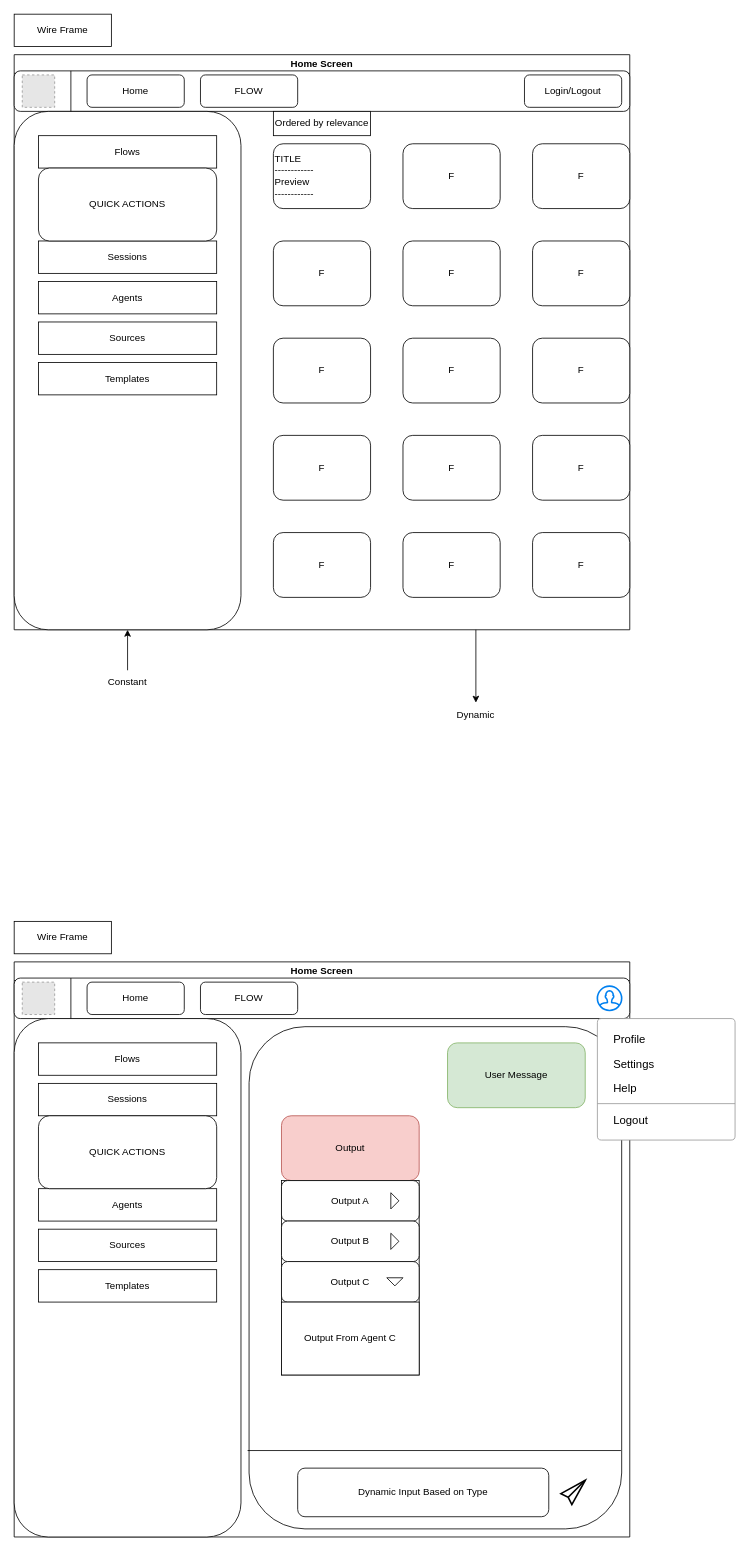
This is page "Page-2" (1 of 2) of docs/wireframes/home_page.drawio from StephenBaione/juni-poc-backend, a draw.io file, before an edit. Source tidied: cells renumbered, new cells numbered last; positions are measured from the earlier drawing's top-left corner, leaving out a move shared by most shapes. Both pictures are drawn from the tidied source at 81%, with x=0, y=0 at pixel (14, 14). Pictures stored in the file or linked from it are replaced by grey dashed boxes.
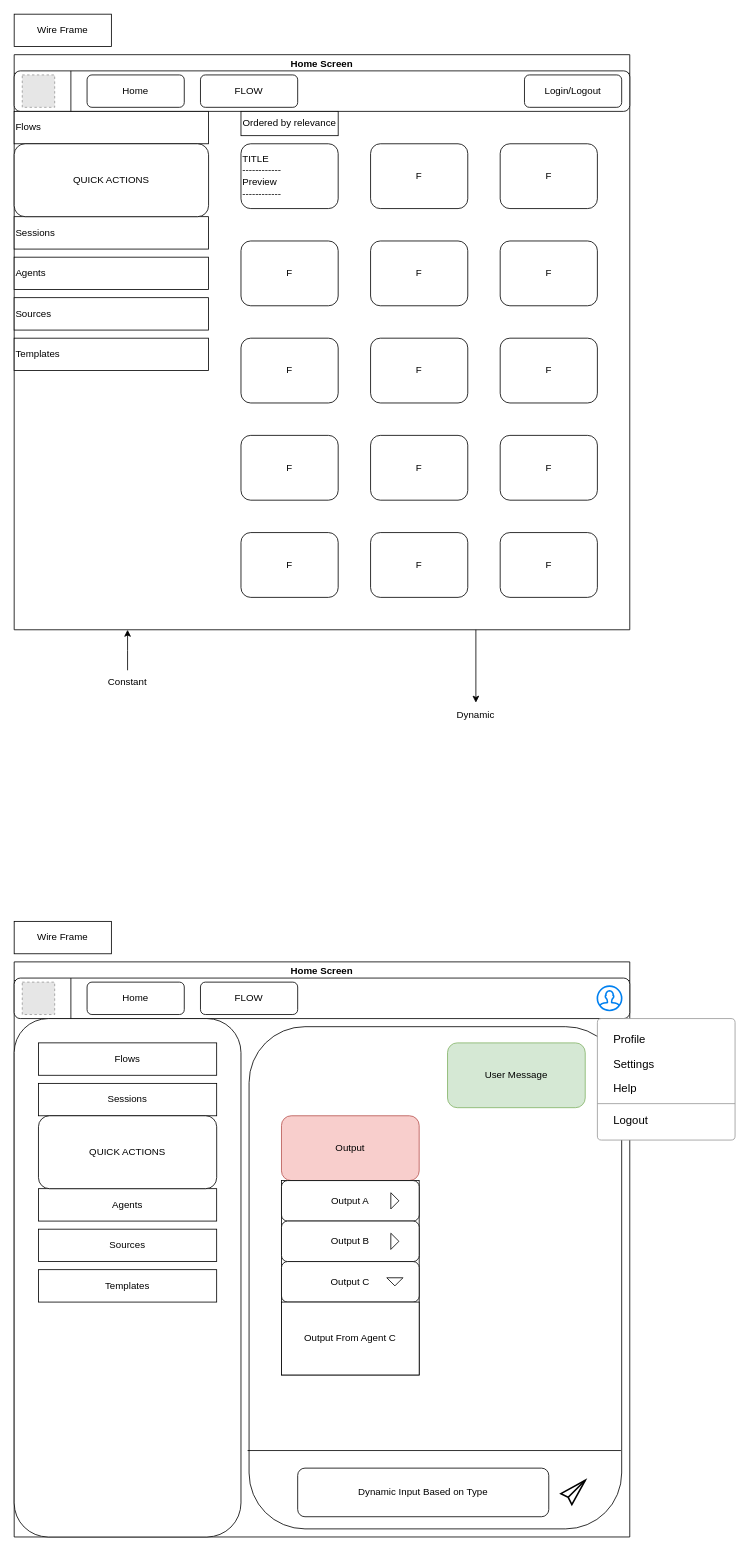
The same page after the edit.

Unchanged cells that the change refers to:
```xml
<mxCell id="4" value="Home Screen" style="swimlane;whiteSpace=wrap;html=1;" parent="1" vertex="1">
  <mxGeometry y="50" width="760" height="710" as="geometry" />
</mxCell>
<mxCell id="63" value="Constant" style="text;html=1;strokeColor=none;fillColor=none;align=center;verticalAlign=middle;whiteSpace=wrap;rounded=0;" parent="1" vertex="1">
  <mxGeometry x="110" y="810" width="60" height="30" as="geometry" />
</mxCell>
```

The edit, as a diff of the source:
```diff
@@
-    <mxCell id="10" style="rounded=1;whiteSpace=wrap;html=1;" parent="4" vertex="1">
-      <mxGeometry y="70" width="280" height="640" as="geometry" />
-    </mxCell>
-    <mxCell id="11" value="Flows" style="rounded=0;whiteSpace=wrap;html=1;" parent="4" vertex="1">
-      <mxGeometry x="30" y="100" width="220" height="40" as="geometry" />
+    <mxCell id="11" value="Flows" style="rounded=0;whiteSpace=wrap;html=1;align=left;" parent="4" vertex="1">
+      <mxGeometry y="70" width="240" height="40" as="geometry" />
     </mxCell>
-    <mxCell id="12" value="Sessions" style="rounded=0;whiteSpace=wrap;html=1;" parent="4" vertex="1">
-      <mxGeometry x="30" y="230" width="220" height="40" as="geometry" />
+    <mxCell id="12" value="Sessions" style="rounded=0;whiteSpace=wrap;html=1;align=left;" parent="4" vertex="1">
+      <mxGeometry y="200" width="240" height="40" as="geometry" />
     </mxCell>
-    <mxCell id="13" value="Agents" style="rounded=0;whiteSpace=wrap;html=1;" parent="4" vertex="1">
-      <mxGeometry x="30" y="280" width="220" height="40" as="geometry" />
+    <mxCell id="13" value="Agents" style="rounded=0;whiteSpace=wrap;html=1;align=left;" parent="4" vertex="1">
+      <mxGeometry y="250" width="240" height="40" as="geometry" />
     </mxCell>
-    <mxCell id="14" value="Templates" style="rounded=0;whiteSpace=wrap;html=1;" parent="4" vertex="1">
-      <mxGeometry x="30" y="380" width="220" height="40" as="geometry" />
+    <mxCell id="14" value="Templates" style="rounded=0;whiteSpace=wrap;html=1;align=left;" parent="4" vertex="1">
+      <mxGeometry y="350" width="240" height="40" as="geometry" />
     </mxCell>
-    <mxCell id="15" value="Sources" style="rounded=0;whiteSpace=wrap;html=1;" parent="4" vertex="1">
-      <mxGeometry x="30" y="330" width="220" height="40" as="geometry" />
+    <mxCell id="15" value="Sources" style="rounded=0;whiteSpace=wrap;html=1;align=left;" parent="4" vertex="1">
+      <mxGeometry y="300" width="240" height="40" as="geometry" />
     </mxCell>
     <mxCell id="16" value="QUICK ACTIONS" style="rounded=1;whiteSpace=wrap;html=1;" parent="4" vertex="1">
-      <mxGeometry x="30" y="140" width="220" height="90" as="geometry" />
+      <mxGeometry y="110" width="240" height="90" as="geometry" />
     </mxCell>
     <mxCell id="17" value="TITLE&lt;br&gt;------------&lt;br&gt;Preview&lt;br&gt;------------" style="rounded=1;whiteSpace=wrap;html=1;align=left;" parent="4" vertex="1">
-      <mxGeometry x="320" y="110" width="120" height="80" as="geometry" />
+      <mxGeometry x="280" y="110" width="120" height="80" as="geometry" />
     </mxCell>
     <mxCell id="18" value="F" style="rounded=1;whiteSpace=wrap;html=1;" parent="4" vertex="1">
-      <mxGeometry x="480" y="110" width="120" height="80" as="geometry" />
+      <mxGeometry x="440" y="110" width="120" height="80" as="geometry" />
     </mxCell>
     <mxCell id="19" value="F" style="rounded=1;whiteSpace=wrap;html=1;" parent="4" vertex="1">
-      <mxGeometry x="640" y="110" width="120" height="80" as="geometry" />
+      <mxGeometry x="600" y="110" width="120" height="80" as="geometry" />
     </mxCell>
     <mxCell id="20" value="F" style="rounded=1;whiteSpace=wrap;html=1;" parent="4" vertex="1">
-      <mxGeometry x="320" y="230" width="120" height="80" as="geometry" />
+      <mxGeometry x="280" y="230" width="120" height="80" as="geometry" />
     </mxCell>
     <mxCell id="21" value="F" style="rounded=1;whiteSpace=wrap;html=1;" parent="4" vertex="1">
-      <mxGeometry x="480" y="230" width="120" height="80" as="geometry" />
+      <mxGeometry x="440" y="230" width="120" height="80" as="geometry" />
     </mxCell>
     <mxCell id="22" value="F" style="rounded=1;whiteSpace=wrap;html=1;" parent="4" vertex="1">
-      <mxGeometry x="640" y="230" width="120" height="80" as="geometry" />
+      <mxGeometry x="600" y="230" width="120" height="80" as="geometry" />
     </mxCell>
     <mxCell id="23" value="F" style="rounded=1;whiteSpace=wrap;html=1;" parent="4" vertex="1">
-      <mxGeometry x="320" y="350" width="120" height="80" as="geometry" />
+      <mxGeometry x="280" y="350" width="120" height="80" as="geometry" />
     </mxCell>
     <mxCell id="24" value="F" style="rounded=1;whiteSpace=wrap;html=1;" parent="4" vertex="1">
-      <mxGeometry x="480" y="350" width="120" height="80" as="geometry" />
+      <mxGeometry x="440" y="350" width="120" height="80" as="geometry" />
     </mxCell>
     <mxCell id="25" value="F" style="rounded=1;whiteSpace=wrap;html=1;" parent="4" vertex="1">
-      <mxGeometry x="640" y="350" width="120" height="80" as="geometry" />
+      <mxGeometry x="600" y="350" width="120" height="80" as="geometry" />
     </mxCell>
     <mxCell id="26" value="F" style="rounded=1;whiteSpace=wrap;html=1;" parent="4" vertex="1">
-      <mxGeometry x="320" y="470" width="120" height="80" as="geometry" />
+      <mxGeometry x="280" y="470" width="120" height="80" as="geometry" />
     </mxCell>
     <mxCell id="27" value="F" style="rounded=1;whiteSpace=wrap;html=1;" parent="4" vertex="1">
-      <mxGeometry x="480" y="470" width="120" height="80" as="geometry" />
+      <mxGeometry x="440" y="470" width="120" height="80" as="geometry" />
     </mxCell>
     <mxCell id="28" value="F" style="rounded=1;whiteSpace=wrap;html=1;" parent="4" vertex="1">
-      <mxGeometry x="640" y="470" width="120" height="80" as="geometry" />
+      <mxGeometry x="600" y="470" width="120" height="80" as="geometry" />
     </mxCell>
     <mxCell id="29" value="Ordered by relevance" style="rounded=0;whiteSpace=wrap;html=1;" parent="4" vertex="1">
-      <mxGeometry x="320" y="70" width="120" height="30" as="geometry" />
+      <mxGeometry x="280" y="70" width="120" height="30" as="geometry" />
     </mxCell>
     <mxCell id="30" value="F" style="rounded=1;whiteSpace=wrap;html=1;" parent="4" vertex="1">
-      <mxGeometry x="320" y="590" width="120" height="80" as="geometry" />
+      <mxGeometry x="280" y="590" width="120" height="80" as="geometry" />
     </mxCell>
     <mxCell id="31" value="F" style="rounded=1;whiteSpace=wrap;html=1;" parent="4" vertex="1">
-      <mxGeometry x="480" y="590" width="120" height="80" as="geometry" />
+      <mxGeometry x="440" y="590" width="120" height="80" as="geometry" />
     </mxCell>
     <mxCell id="32" value="F" style="rounded=1;whiteSpace=wrap;html=1;" parent="4" vertex="1">
-      <mxGeometry x="640" y="590" width="120" height="80" as="geometry" />
+      <mxGeometry x="600" y="590" width="120" height="80" as="geometry" />
     </mxCell>
-    <mxCell id="33" style="endArrow=none;html=1;rounded=0;entryX=0.25;entryY=0;entryDx=0;entryDy=0;" parent="4" edge="1" target="10">
+    <mxCell id="33" style="endArrow=none;html=1;rounded=0;entryX=0.25;entryY=0;entryDx=0;entryDy=0;" parent="4" edge="1">
       <mxGeometry relative="1" as="geometry">
         <mxPoint x="70" y="20" as="sourcePoint" />
+        <mxPoint x="70" y="70" as="targetPoint" />
       </mxGeometry>
     </mxCell>
@@
-    <mxCell id="62" style="edgeStyle=orthogonalEdgeStyle;rounded=0;jettySize=auto;html=1;exitX=0.5;exitY=0;exitDx=0;exitDy=0;entryX=0.5;entryY=1;entryDx=0;entryDy=0;" parent="1" edge="1" source="63" target="10">
-      <mxGeometry relative="1" as="geometry" />
+    <mxCell id="62" style="edgeStyle=orthogonalEdgeStyle;rounded=0;jettySize=auto;html=1;exitX=0.5;exitY=0;exitDx=0;exitDy=0;entryX=0.5;entryY=1;entryDx=0;entryDy=0;" parent="1" edge="1" source="63">
+      <mxGeometry relative="1" as="geometry">
+        <mxPoint x="140" y="760" as="targetPoint" />
+      </mxGeometry>
     </mxCell>
```
